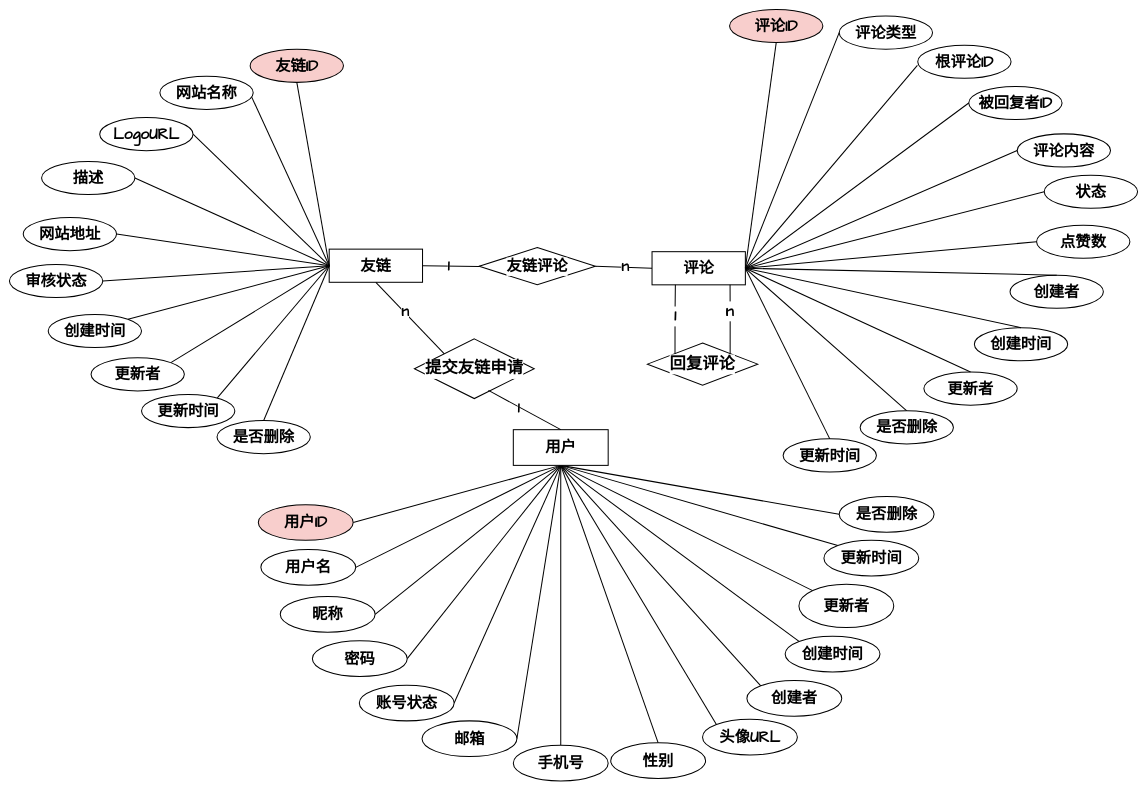
This is graph/友链ER.drawio from zhangbird050801/bird-blog, a draw.io file, before an edit. Source tidied: cells renumbered, new cells numbered last; positions are measured from the earlier drawing's top-left corner, leaving out a move shared by most shapes. Both pictures are drawn from the tidied source at 51%, with x=0, y=0 at pixel (9, 9).
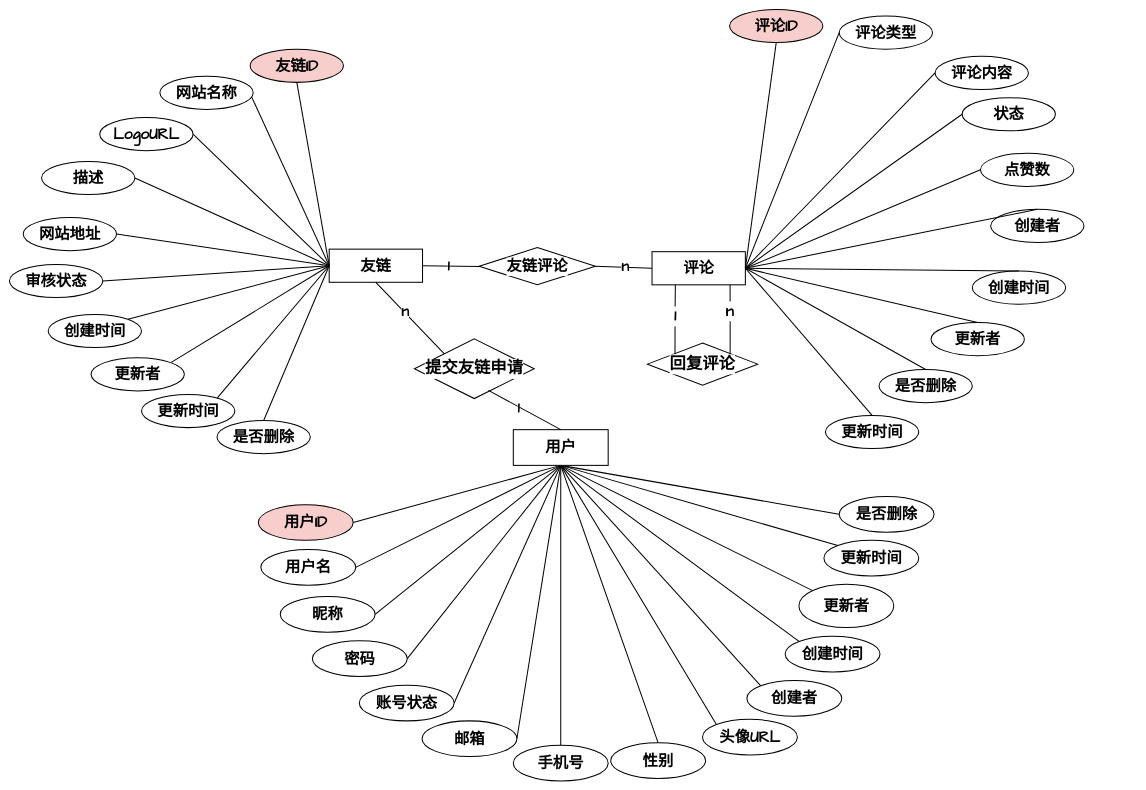
The same diagram, later.

Unchanged cells that the change refers to:
```xml
<mxCell id="23" value="评论" style="rounded=0;whiteSpace=wrap;html=1;fontSize=30;strokeColor=default;strokeWidth=2;align=center;verticalAlign=middle;fontFamily=Comic Sans MS;fontColor=default;fontStyle=1;labelBackgroundColor=default;" parent="1" vertex="1">
  <mxGeometry x="1260" y="475" width="183" height="65" as="geometry" />
</mxCell>
```

Diff of the diagram source:
```diff
@@
     <mxCell id="30" value="创建时间" style="whiteSpace=wrap;html=1;shape=ellipse;perimeter=ellipsePerimeter;fontSize=30;rounded=0;strokeColor=default;strokeWidth=2;align=center;verticalAlign=middle;fontFamily=Comic Sans MS;fontColor=default;fontStyle=1;labelBackgroundColor=default;" parent="1" vertex="1">
-      <mxGeometry x="1892" y="624" width="183" height="65" as="geometry" />
+      <mxGeometry x="1888" y="513" width="183" height="65" as="geometry" />
     </mxCell>
     <mxCell id="31" value="创建者" style="whiteSpace=wrap;html=1;shape=ellipse;perimeter=ellipsePerimeter;fontSize=30;rounded=0;strokeColor=default;strokeWidth=2;align=center;verticalAlign=middle;fontFamily=Comic Sans MS;fontColor=default;fontStyle=1;labelBackgroundColor=default;" parent="1" vertex="1">
-      <mxGeometry x="1962" y="521" width="183" height="65" as="geometry" />
+      <mxGeometry x="1924" y="392" width="183" height="65" as="geometry" />
     </mxCell>
     <mxCell id="32" value="更新时间" style="whiteSpace=wrap;html=1;shape=ellipse;perimeter=ellipsePerimeter;fontSize=30;rounded=0;strokeColor=default;strokeWidth=2;align=center;verticalAlign=middle;fontFamily=Comic Sans MS;fontColor=default;fontStyle=1;labelBackgroundColor=default;" parent="1" vertex="1">
-      <mxGeometry x="1517" y="842" width="183" height="65" as="geometry" />
+      <mxGeometry x="1600" y="796" width="183" height="65" as="geometry" />
     </mxCell>
     <mxCell id="33" value="更新者" style="whiteSpace=wrap;html=1;shape=ellipse;perimeter=ellipsePerimeter;fontSize=30;rounded=0;strokeColor=default;strokeWidth=2;align=center;verticalAlign=middle;fontFamily=Comic Sans MS;fontColor=default;fontStyle=1;labelBackgroundColor=default;" parent="1" vertex="1">
-      <mxGeometry x="1793" y="711" width="183" height="65" as="geometry" />
+      <mxGeometry x="1807" y="614" width="183" height="65" as="geometry" />
     </mxCell>
@@
     <mxCell id="35" value="是否删除" style="whiteSpace=wrap;html=1;shape=ellipse;perimeter=ellipsePerimeter;fontSize=30;rounded=0;strokeColor=default;strokeWidth=2;align=center;verticalAlign=middle;fontFamily=Comic Sans MS;fontColor=default;fontStyle=1;labelBackgroundColor=default;" parent="1" vertex="1">
-      <mxGeometry x="1668" y="787" width="183" height="65" as="geometry" />
+      <mxGeometry x="1705" y="706" width="183" height="65" as="geometry" />
     </mxCell>
-    <mxCell id="36" value="根评论ID" style="whiteSpace=wrap;html=1;rounded=0;shape=ellipse;perimeter=ellipsePerimeter;fontSize=30;strokeColor=default;strokeWidth=2;align=center;verticalAlign=middle;fontFamily=Comic Sans MS;fontColor=default;fontStyle=1;labelBackgroundColor=default;" parent="1" vertex="1">
-      <mxGeometry x="1781" y="70" width="183" height="65" as="geometry" />
-    </mxCell>
-    <mxCell id="37" value="被回复者ID" style="whiteSpace=wrap;html=1;rounded=0;shape=ellipse;perimeter=ellipsePerimeter;fontSize=30;strokeColor=default;strokeWidth=2;align=center;verticalAlign=middle;fontFamily=Comic Sans MS;fontColor=default;fontStyle=1;labelBackgroundColor=default;" parent="1" vertex="1">
-      <mxGeometry x="1881" y="151" width="183" height="65" as="geometry" />
-    </mxCell>
     <mxCell id="38" value="评论内容" style="whiteSpace=wrap;html=1;rounded=0;shape=ellipse;perimeter=ellipsePerimeter;fontSize=30;strokeColor=default;strokeWidth=2;align=center;verticalAlign=middle;fontFamily=Comic Sans MS;fontColor=default;fontStyle=1;labelBackgroundColor=default;" parent="1" vertex="1">
-      <mxGeometry x="1976" y="244" width="183" height="65" as="geometry" />
+      <mxGeometry x="1815" y="92" width="183" height="65" as="geometry" />
     </mxCell>
     <mxCell id="39" value="状态" style="whiteSpace=wrap;html=1;rounded=0;shape=ellipse;perimeter=ellipsePerimeter;fontSize=30;strokeColor=default;strokeWidth=2;align=center;verticalAlign=middle;fontFamily=Comic Sans MS;fontColor=default;fontStyle=1;labelBackgroundColor=default;" parent="1" vertex="1">
-      <mxGeometry x="2029" y="325" width="183" height="65" as="geometry" />
+      <mxGeometry x="1868" y="173" width="183" height="65" as="geometry" />
     </mxCell>
     <mxCell id="40" value="点赞数" style="whiteSpace=wrap;html=1;rounded=0;shape=ellipse;perimeter=ellipsePerimeter;fontSize=30;strokeColor=default;strokeWidth=2;align=center;verticalAlign=middle;fontFamily=Comic Sans MS;fontColor=default;fontStyle=1;labelBackgroundColor=default;" parent="1" vertex="1">
-      <mxGeometry x="2014" y="423" width="183" height="65" as="geometry" />
+      <mxGeometry x="1904" y="282" width="183" height="65" as="geometry" />
     </mxCell>
@@
-    <mxCell id="48" style="rounded=0;jettySize=auto;html=1;strokeColor=default;endArrow=none;endFill=0;entryX=1;entryY=0.5;entryDx=0;entryDy=0;exitX=0;exitY=0.5;exitDx=0;exitDy=0;fontSize=30;strokeWidth=2;align=center;verticalAlign=middle;fontFamily=Comic Sans MS;fontColor=default;fontStyle=1;labelBackgroundColor=default;" parent="1" edge="1" source="37" target="23">
-      <mxGeometry relative="1" as="geometry" />
-    </mxCell>
-    <mxCell id="49" style="rounded=0;jettySize=auto;html=1;strokeColor=default;endArrow=none;endFill=0;exitX=-0.004;exitY=0.611;exitDx=0;exitDy=0;exitPerimeter=0;fontSize=30;entryX=1;entryY=0.5;entryDx=0;entryDy=0;strokeWidth=2;align=center;verticalAlign=middle;fontFamily=Comic Sans MS;fontColor=default;fontStyle=1;labelBackgroundColor=default;" parent="1" edge="1" source="36" target="23">
-      <mxGeometry relative="1" as="geometry" />
-    </mxCell>
```
